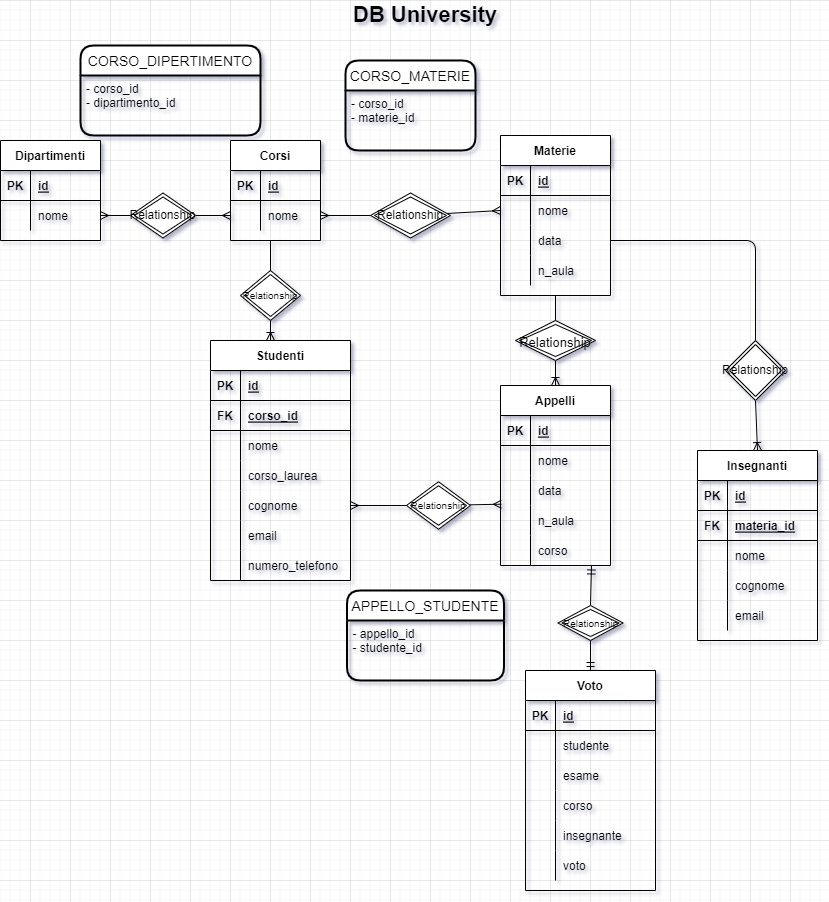
Before: DB_university.png, a diagram exported from draw.io (nicolas-dp/db-university). Source tidied: cells renumbered, new cells last; positions are measured from the earlier drawing's top-left corner, leaving out a move shared by most shapes.
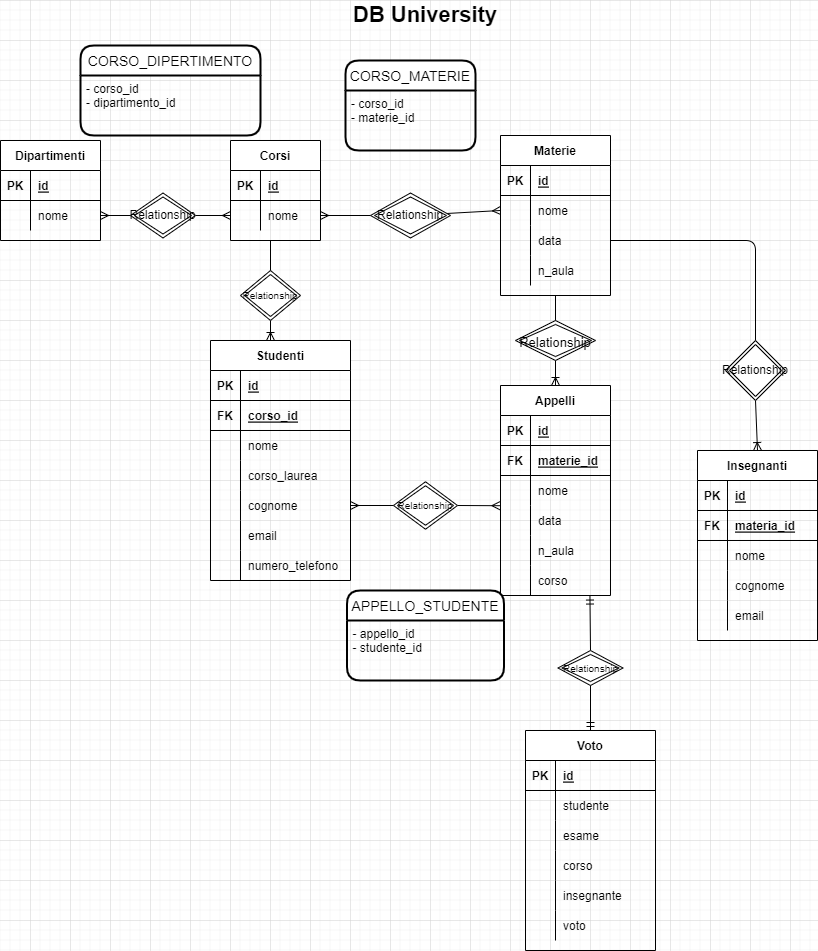
After the change.

Commit message:
Add image correct of Diagram

The edit, as a diff of the source:
```diff
@@ -84,19 +84,28 @@
       <mxGeometry x="30" width="80" height="30" as="geometry" />
     </mxCell>
     <mxCell id="29" value="Appelli" style="shape=table;startSize=30;rowLines=0;fontStyle=1;align=center;" parent="1" vertex="1">
-      <mxGeometry x="500" y="385" width="110" height="180" as="geometry" />
+      <mxGeometry x="500" y="385" width="110" height="210" as="geometry" />
     </mxCell>
+    <mxCell id="131" style="shape=partialRectangle;fillColor=none;top=0;left=0;bottom=1;right=0;" parent="29" vertex="1">
+      <mxGeometry y="30" width="110" height="30" as="geometry" />
+    </mxCell>
+    <mxCell id="132" value="PK" style="shape=partialRectangle;fillColor=none;top=0;left=0;bottom=0;right=0;fontStyle=1;overflow=hidden;" parent="131" vertex="1">
+      <mxGeometry width="30" height="30" as="geometry" />
+    </mxCell>
+    <mxCell id="133" value="id" style="shape=partialRectangle;fillColor=none;top=0;left=0;bottom=0;right=0;align=left;spacingLeft=6;fontStyle=5;overflow=hidden;" parent="131" vertex="1">
+      <mxGeometry x="30" width="80" height="30" as="geometry" />
+    </mxCell>
     <mxCell id="30" style="shape=partialRectangle;fillColor=none;top=0;left=0;bottom=1;right=0;" parent="29" vertex="1">
-      <mxGeometry y="30" width="110" height="30" as="geometry" />
+      <mxGeometry y="60" width="110" height="30" as="geometry" />
     </mxCell>
-    <mxCell id="31" value="PK" style="shape=partialRectangle;fillColor=none;top=0;left=0;bottom=0;right=0;fontStyle=1;overflow=hidden;" parent="30" vertex="1">
+    <mxCell id="31" value="FK" style="shape=partialRectangle;fillColor=none;top=0;left=0;bottom=0;right=0;fontStyle=1;overflow=hidden;" parent="30" vertex="1">
       <mxGeometry width="30" height="30" as="geometry" />
     </mxCell>
-    <mxCell id="32" value="id" style="shape=partialRectangle;fillColor=none;top=0;left=0;bottom=0;right=0;align=left;spacingLeft=6;fontStyle=5;overflow=hidden;" parent="30" vertex="1">
+    <mxCell id="32" value="materie_id" style="shape=partialRectangle;fillColor=none;top=0;left=0;bottom=0;right=0;align=left;spacingLeft=6;fontStyle=5;overflow=hidden;" parent="30" vertex="1">
       <mxGeometry x="30" width="80" height="30" as="geometry" />
     </mxCell>
     <mxCell id="33" style="shape=partialRectangle;fillColor=none;top=0;left=0;bottom=0;right=0;" parent="29" vertex="1">
-      <mxGeometry y="60" width="110" height="30" as="geometry" />
+      <mxGeometry y="90" width="110" height="30" as="geometry" />
     </mxCell>
     <mxCell id="34" style="shape=partialRectangle;fillColor=none;top=0;left=0;bottom=0;right=0;overflow=hidden;" parent="33" vertex="1">
       <mxGeometry width="30" height="30" as="geometry" />
@@ -105,7 +114,7 @@
       <mxGeometry x="30" width="80" height="30" as="geometry" />
     </mxCell>
     <mxCell id="36" style="shape=partialRectangle;fillColor=none;top=0;left=0;bottom=0;right=0;points=[[0,0.5],[1,0.5]];portConstraint=eastwest;" parent="29" vertex="1">
-      <mxGeometry y="90" width="110" height="30" as="geometry" />
+      <mxGeometry y="120" width="110" height="30" as="geometry" />
     </mxCell>
     <mxCell id="37" style="shape=partialRectangle;fillColor=none;top=0;left=0;bottom=0;right=0;overflow=hidden;" parent="36" vertex="1">
       <mxGeometry width="30" height="30" as="geometry" />
@@ -114,7 +123,7 @@
       <mxGeometry x="30" width="80" height="30" as="geometry" />
     </mxCell>
     <mxCell id="39" style="shape=partialRectangle;fillColor=none;top=0;left=0;bottom=0;right=0;" parent="29" vertex="1">
-      <mxGeometry y="120" width="110" height="30" as="geometry" />
+      <mxGeometry y="150" width="110" height="30" as="geometry" />
     </mxCell>
     <mxCell id="40" style="shape=partialRectangle;fillColor=none;top=0;left=0;bottom=0;right=0;overflow=hidden;" parent="39" vertex="1">
       <mxGeometry width="30" height="30" as="geometry" />
@@ -123,7 +132,7 @@
       <mxGeometry x="30" width="80" height="30" as="geometry" />
     </mxCell>
     <mxCell id="42" style="shape=partialRectangle;fillColor=none;top=0;left=0;bottom=0;right=0;points=[[0,0.5],[1,0.5]];portConstraint=eastwest;" parent="29" vertex="1">
-      <mxGeometry y="150" width="110" height="30" as="geometry" />
+      <mxGeometry y="180" width="110" height="30" as="geometry" />
     </mxCell>
     <mxCell id="43" style="shape=partialRectangle;fillColor=none;top=0;left=0;bottom=0;right=0;overflow=hidden;" parent="42" vertex="1">
       <mxGeometry width="30" height="30" as="geometry" />
@@ -246,7 +255,7 @@
       <mxGeometry x="30" width="110" height="30" as="geometry" />
     </mxCell>
     <mxCell id="83" value="Voto" style="shape=table;startSize=30;rowLines=0;fontStyle=1;align=center;" parent="1" vertex="1">
-      <mxGeometry x="525" y="670" width="130" height="220" as="geometry" />
+      <mxGeometry x="525" y="730" width="130" height="220" as="geometry" />
     </mxCell>
     <mxCell id="84" style="shape=partialRectangle;fillColor=none;top=0;left=0;bottom=1;right=0;" parent="83" vertex="1">
       <mxGeometry y="30" width="130" height="30" as="geometry" />
@@ -360,11 +369,11 @@
     <mxCell id="117" style="edgeStyle=none;rounded=0;orthogonalLoop=1;jettySize=auto;html=1;exitX=0;exitY=0;exitDx=0;exitDy=0;fontSize=10;" parent="1" edge="1" source="29" target="29">
       <mxGeometry relative="1" as="geometry" />
     </mxCell>
-    <mxCell id="118" style="fontSize=12;html=1;endArrow=ERmany;startArrow=none;rounded=0;entryX=0.008;entryY=0.956;entryDx=0;entryDy=0;entryPerimeter=0;" parent="1" edge="1" source="119" target="36">
+    <mxCell id="118" style="fontSize=12;html=1;endArrow=ERmany;startArrow=none;rounded=0;entryX=-0.006;entryY=0.007;entryDx=0;entryDy=0;entryPerimeter=0;exitX=1;exitY=0.5;exitDx=0;exitDy=0;" parent="1" edge="1" source="119" target="36">
       <mxGeometry relative="1" as="geometry" />
     </mxCell>
     <mxCell id="119" value="Relationship" style="shape=rhombus;double=1;perimeter=rhombusPerimeter;whiteSpace=wrap;html=1;align=center;fontSize=10;" parent="1" vertex="1">
-      <mxGeometry x="406" y="481.2" width="64" height="47.5" as="geometry" />
+      <mxGeometry x="393" y="481.2" width="64" height="47.5" as="geometry" />
     </mxCell>
     <mxCell id="120" style="fontSize=12;html=1;endArrow=none;startArrow=ERmany;rounded=0;exitX=1;exitY=0.5;exitDx=0;exitDy=0;" parent="1" edge="1" source="74" target="119">
       <mxGeometry relative="1" as="geometry" />
@@ -375,16 +384,14 @@
     <mxCell id="122" value="- appello_id&#10;- studente_id" style="align=left;strokeColor=none;fillColor=none;spacingLeft=4;fontSize=12;verticalAlign=top;" parent="121" vertex="1">
       <mxGeometry y="30" width="157" height="60" as="geometry" />
     </mxCell>
-    <mxCell id="123" style="fontSize=12;html=1;endArrow=ERmandOne;startArrow=none;rounded=0;entryX=0.827;entryY=1.016;entryDx=0;entryDy=0;entryPerimeter=0;exitX=0.5;exitY=0;exitDx=0;exitDy=0;" parent="1" edge="1" source="124" target="42">
+    <mxCell id="123" style="fontSize=12;html=1;endArrow=ERmandOne;startArrow=none;rounded=0;exitX=0.5;exitY=0;exitDx=0;exitDy=0;entryX=0.813;entryY=1.018;entryDx=0;entryDy=0;entryPerimeter=0;" parent="1" edge="1" source="124" target="42">
       <mxGeometry relative="1" as="geometry" />
     </mxCell>
     <mxCell id="124" value="Relationship" style="shape=rhombus;double=1;perimeter=rhombusPerimeter;whiteSpace=wrap;html=1;align=center;fontSize=10;" parent="1" vertex="1">
-      <mxGeometry x="557.5" y="605" width="65" height="35" as="geometry" />
+      <mxGeometry x="557.5" y="650" width="65" height="35" as="geometry" />
     </mxCell>
-    <mxCell id="125" style="fontSize=12;html=1;endArrow=none;startArrow=ERmandOne;rounded=0;exitX=0.5;exitY=0;exitDx=0;exitDy=0;" parent="1" edge="1" source="83">
-      <mxGeometry relative="1" as="geometry">
-        <mxPoint x="590" y="640" as="targetPoint" />
-      </mxGeometry>
+    <mxCell id="125" style="fontSize=12;html=1;endArrow=none;startArrow=ERmandOne;rounded=0;exitX=0.5;exitY=0;exitDx=0;exitDy=0;entryX=0.5;entryY=1;entryDx=0;entryDy=0;" parent="1" edge="1" source="83" target="124">
+      <mxGeometry relative="1" as="geometry" />
     </mxCell>
     <mxCell id="126" value="CORSO_DIPERTIMENTO" style="swimlane;horizontal=1;startSize=30;rounded=1;fontSize=14;fontStyle=0;strokeWidth=2;shadow=0;dashed=0;align=center;" parent="1" vertex="1">
       <mxGeometry x="80" y="45" width="180" height="90" as="geometry" />
```
